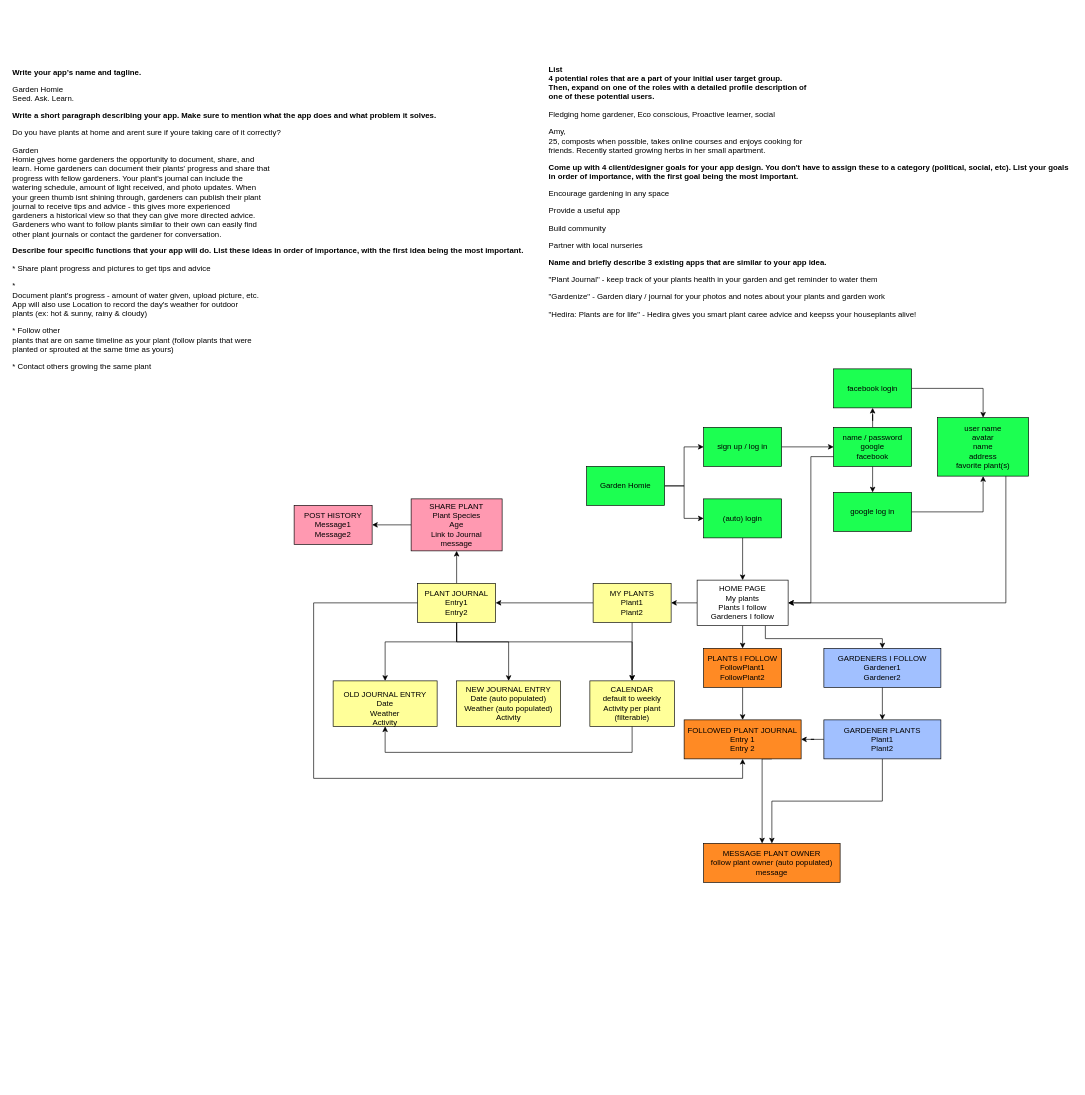
Above: Garden_Homie_SiteMap.drawio in c3-tiffanyhui/coursera (draw.io), before the change. Source tidied: cells renumbered, new cells numbered last; positions are measured from the earlier drawing's top-left corner, leaving out a move shared by most shapes. Both pictures are drawn from the tidied source at 65%, with x=0, y=0 at pixel (11, 11).
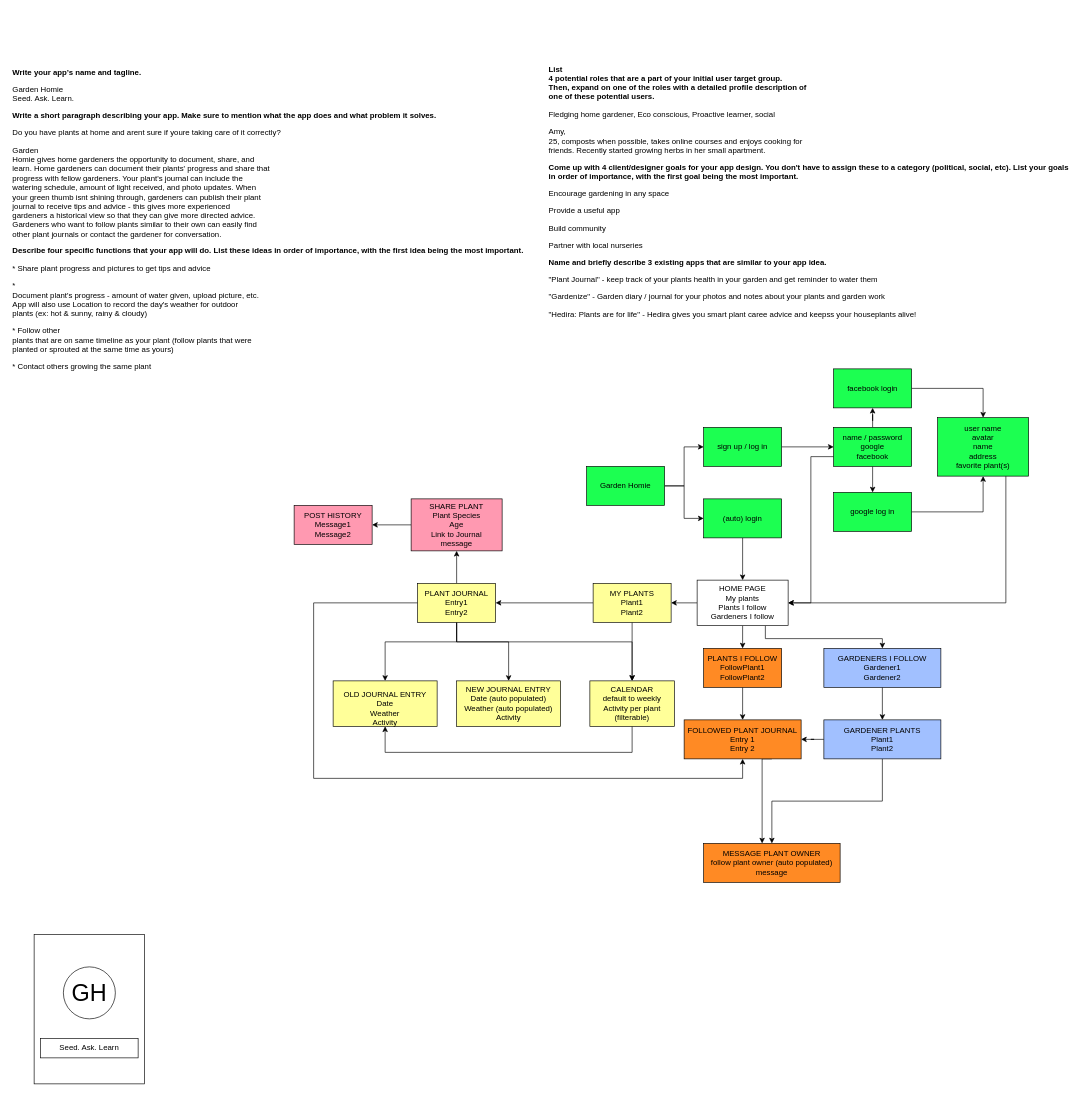
After the change.

Diff of the diagram source:
```diff
@@
+    <mxCell id="51" style="rounded=0;whiteSpace=wrap;html=1;" parent="1" vertex="1">
+      <mxGeometry x="35" y="1420" width="170" height="230" as="geometry" />
+    </mxCell>
@@
+    <mxCell id="52" value="&lt;font style=&quot;font-size: 36px&quot;&gt;GH&lt;/font&gt;" style="ellipse;whiteSpace=wrap;html=1;" parent="1" vertex="1">
+      <mxGeometry x="80" y="1470" width="80" height="80" as="geometry" />
+    </mxCell>
+    <mxCell id="53" value="Seed. Ask. Learn" style="rounded=0;whiteSpace=wrap;html=1;" parent="1" vertex="1">
+      <mxGeometry x="45" y="1580" width="150" height="30" as="geometry" />
+    </mxCell>
```
